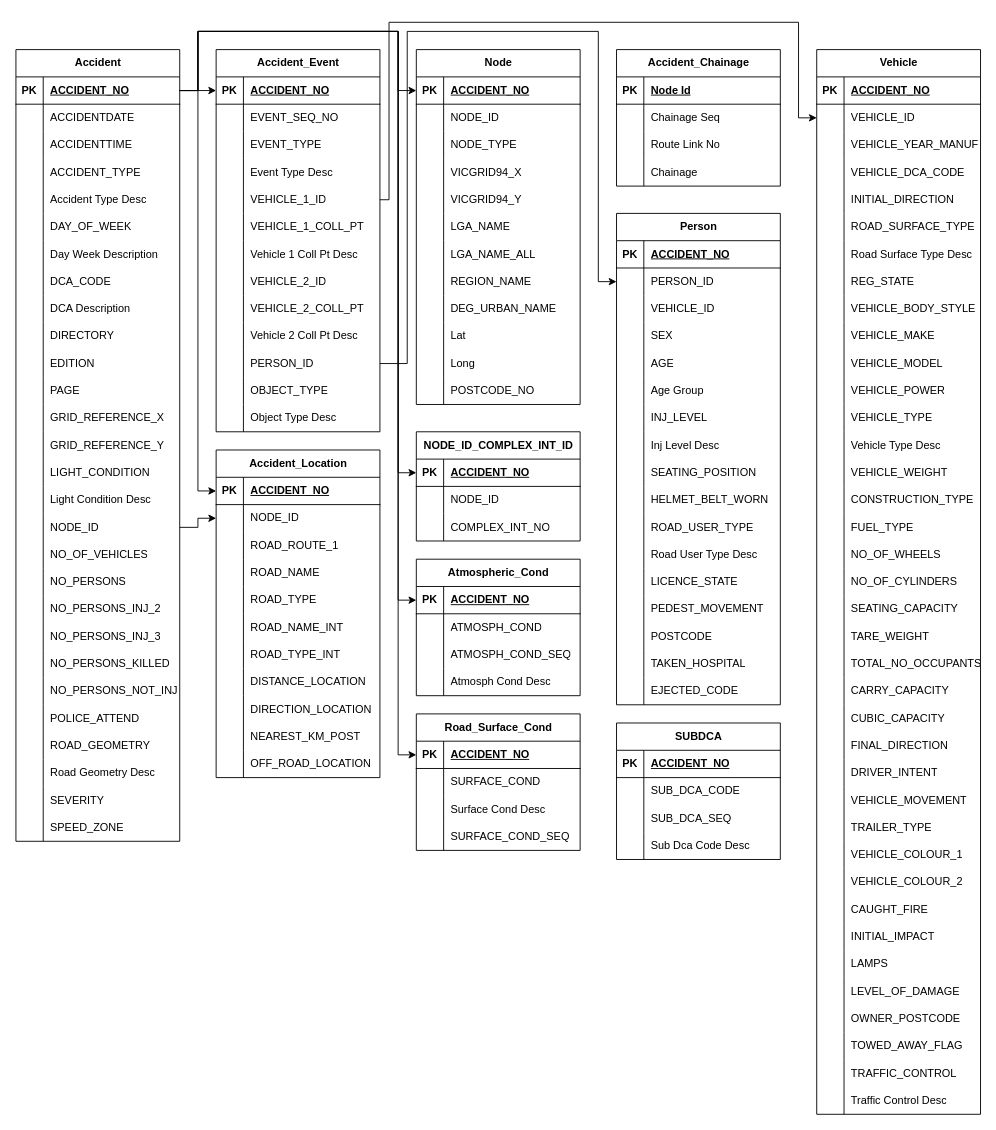
This is Untitled Diagram.drawio from khuongbui11/for_Blunomy, a draw.io file, before an edit. Source tidied: cells renumbered, new cells numbered last; positions are measured from the earlier drawing's top-left corner, leaving out a move shared by most shapes. Both pictures are drawn from the tidied source at 91%, with x=0, y=0 at pixel (15, 22).
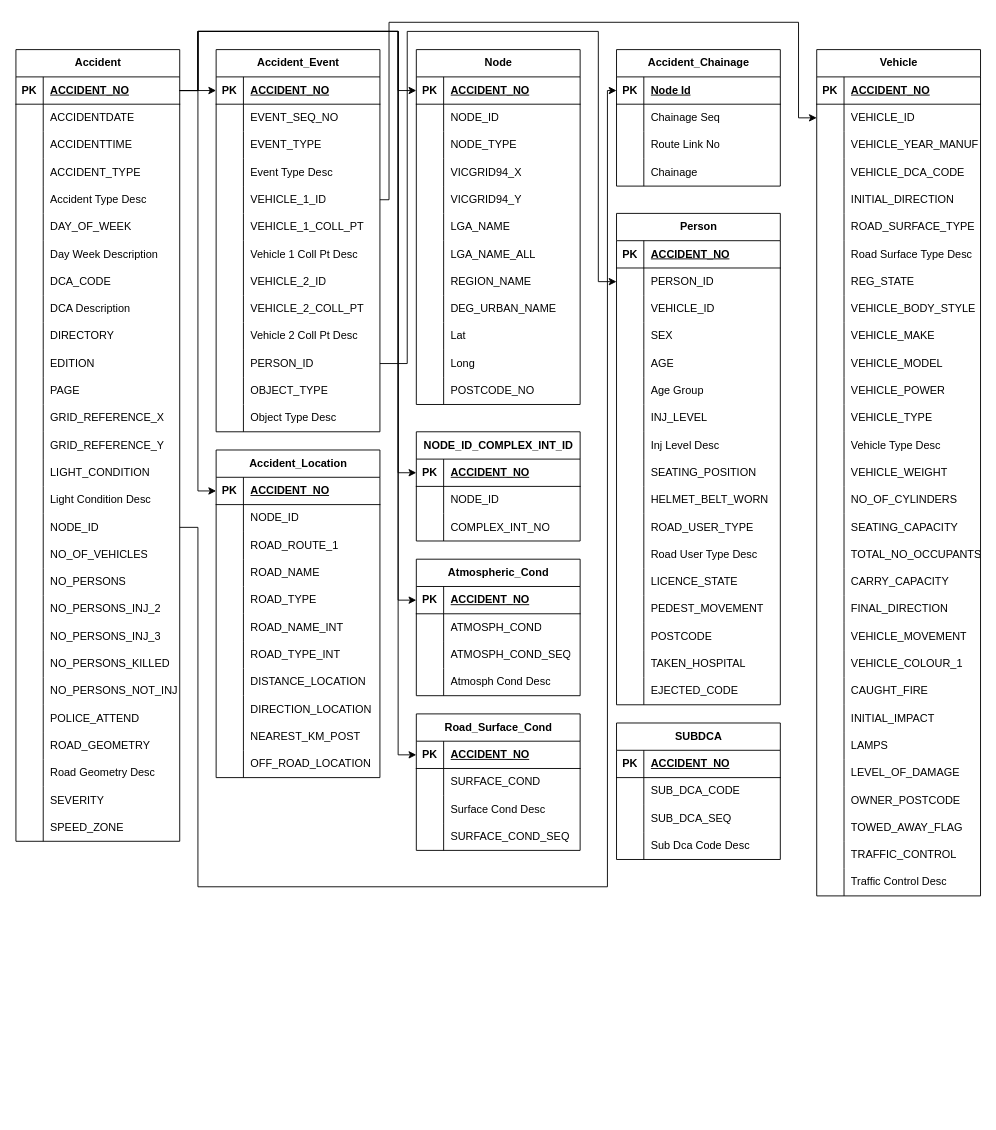
The same page after the edit.

The change refers to these unchanged cells:
```xml
<mxCell id="3" style="shape=tableRow;horizontal=0;startSize=0;swimlaneHead=0;swimlaneBody=0;fillColor=none;points=[[0,0.5],[1,0.5]];portConstraint=eastwest;top=0;left=0;right=0;bottom=1;" parent="2" vertex="1">
  <mxGeometry y="30" width="180" height="30" as="geometry" />
</mxCell>
<mxCell id="59" style="shape=tableRow;horizontal=0;startSize=0;swimlaneHead=0;swimlaneBody=0;fillColor=none;points=[[0,0.5],[1,0.5]];portConstraint=eastwest;top=0;left=0;right=0;bottom=0;" parent="55" vertex="1">
  <mxGeometry y="60" width="180" height="30" as="geometry" />
</mxCell>
<mxCell id="175" style="shape=tableRow;horizontal=0;startSize=0;swimlaneHead=0;swimlaneBody=0;fillColor=none;points=[[0,0.5],[1,0.5]];portConstraint=eastwest;top=0;left=0;right=0;bottom=0;" parent="126" vertex="1">
  <mxGeometry y="510" width="180" height="30" as="geometry" />
</mxCell>
```

Diff of the diagram source:
```diff
@@
     <mxCell id="312" value="Vehicle" style="shape=table;startSize=30;childLayout=tableLayout;rowLines=0;fontStyle=1;align=center;html=1;" parent="1" vertex="1">
-      <mxGeometry x="880" y="30" width="180" height="1170" as="geometry" />
+      <mxGeometry x="880" y="30" width="180" height="930" as="geometry" />
     </mxCell>
@@
-    <mxCell id="358" style="shape=tableRow;horizontal=0;startSize=0;swimlaneHead=0;swimlaneBody=0;fillColor=none;top=0;left=0;right=0;bottom=0;" parent="312" vertex="1">
-      <mxGeometry y="480" width="180" height="30" as="geometry" />
-    </mxCell>
-    <mxCell id="359" style="shape=partialRectangle;fillColor=none;top=0;left=0;bottom=0;right=0;overflow=hidden;whiteSpace=wrap;html=1;" parent="358" vertex="1">
-      <mxGeometry width="30" height="30" as="geometry" />
-    </mxCell>
-    <mxCell id="360" value="CONSTRUCTION_TYPE" style="shape=partialRectangle;fillColor=none;top=0;left=0;bottom=0;right=0;align=left;spacingLeft=6;overflow=hidden;whiteSpace=wrap;html=1;" parent="358" vertex="1">
-      <mxGeometry x="30" width="150" height="30" as="geometry" />
-    </mxCell>
-    <mxCell id="361" style="shape=tableRow;horizontal=0;startSize=0;swimlaneHead=0;swimlaneBody=0;fillColor=none;top=0;left=0;right=0;bottom=0;" parent="312" vertex="1">
-      <mxGeometry y="510" width="180" height="30" as="geometry" />
-    </mxCell>
-    <mxCell id="362" style="shape=partialRectangle;fillColor=none;top=0;left=0;bottom=0;right=0;overflow=hidden;whiteSpace=wrap;html=1;" parent="361" vertex="1">
-      <mxGeometry width="30" height="30" as="geometry" />
-    </mxCell>
-    <mxCell id="363" value="FUEL_TYPE" style="shape=partialRectangle;fillColor=none;top=0;left=0;bottom=0;right=0;align=left;spacingLeft=6;overflow=hidden;whiteSpace=wrap;html=1;" parent="361" vertex="1">
-      <mxGeometry x="30" width="150" height="30" as="geometry" />
-    </mxCell>
-    <mxCell id="364" style="shape=tableRow;horizontal=0;startSize=0;swimlaneHead=0;swimlaneBody=0;fillColor=none;top=0;left=0;right=0;bottom=0;" parent="312" vertex="1">
-      <mxGeometry y="540" width="180" height="30" as="geometry" />
-    </mxCell>
-    <mxCell id="365" style="shape=partialRectangle;fillColor=none;top=0;left=0;bottom=0;right=0;overflow=hidden;whiteSpace=wrap;html=1;" parent="364" vertex="1">
-      <mxGeometry width="30" height="30" as="geometry" />
-    </mxCell>
-    <mxCell id="366" value="NO_OF_WHEELS" style="shape=partialRectangle;fillColor=none;top=0;left=0;bottom=0;right=0;align=left;spacingLeft=6;overflow=hidden;whiteSpace=wrap;html=1;" parent="364" vertex="1">
-      <mxGeometry x="30" width="150" height="30" as="geometry" />
-    </mxCell>
     <mxCell id="367" style="shape=tableRow;horizontal=0;startSize=0;swimlaneHead=0;swimlaneBody=0;fillColor=none;top=0;left=0;right=0;bottom=0;" parent="312" vertex="1">
-      <mxGeometry y="570" width="180" height="30" as="geometry" />
+      <mxGeometry y="480" width="180" height="30" as="geometry" />
     </mxCell>
@@
     <mxCell id="370" style="shape=tableRow;horizontal=0;startSize=0;swimlaneHead=0;swimlaneBody=0;fillColor=none;top=0;left=0;right=0;bottom=0;" parent="312" vertex="1">
-      <mxGeometry y="600" width="180" height="30" as="geometry" />
+      <mxGeometry y="510" width="180" height="30" as="geometry" />
     </mxCell>
@@
-    <mxCell id="373" style="shape=tableRow;horizontal=0;startSize=0;swimlaneHead=0;swimlaneBody=0;fillColor=none;top=0;left=0;right=0;bottom=0;" parent="312" vertex="1">
-      <mxGeometry y="630" width="180" height="30" as="geometry" />
-    </mxCell>
-    <mxCell id="374" style="shape=partialRectangle;fillColor=none;top=0;left=0;bottom=0;right=0;overflow=hidden;whiteSpace=wrap;html=1;" parent="373" vertex="1">
-      <mxGeometry width="30" height="30" as="geometry" />
-    </mxCell>
-    <mxCell id="375" value="TARE_WEIGHT" style="shape=partialRectangle;fillColor=none;top=0;left=0;bottom=0;right=0;align=left;spacingLeft=6;overflow=hidden;whiteSpace=wrap;html=1;" parent="373" vertex="1">
-      <mxGeometry x="30" width="150" height="30" as="geometry" />
-    </mxCell>
     <mxCell id="376" style="shape=tableRow;horizontal=0;startSize=0;swimlaneHead=0;swimlaneBody=0;fillColor=none;top=0;left=0;right=0;bottom=0;" parent="312" vertex="1">
-      <mxGeometry y="660" width="180" height="30" as="geometry" />
+      <mxGeometry y="540" width="180" height="30" as="geometry" />
     </mxCell>
@@
     <mxCell id="379" style="shape=tableRow;horizontal=0;startSize=0;swimlaneHead=0;swimlaneBody=0;fillColor=none;top=0;left=0;right=0;bottom=0;" parent="312" vertex="1">
-      <mxGeometry y="690" width="180" height="30" as="geometry" />
+      <mxGeometry y="570" width="180" height="30" as="geometry" />
     </mxCell>
@@
-    <mxCell id="382" style="shape=tableRow;horizontal=0;startSize=0;swimlaneHead=0;swimlaneBody=0;fillColor=none;top=0;left=0;right=0;bottom=0;" parent="312" vertex="1">
-      <mxGeometry y="720" width="180" height="30" as="geometry" />
-    </mxCell>
-    <mxCell id="383" style="shape=partialRectangle;fillColor=none;top=0;left=0;bottom=0;right=0;overflow=hidden;whiteSpace=wrap;html=1;" parent="382" vertex="1">
-      <mxGeometry width="30" height="30" as="geometry" />
-    </mxCell>
-    <mxCell id="384" value="CUBIC_CAPACITY" style="shape=partialRectangle;fillColor=none;top=0;left=0;bottom=0;right=0;align=left;spacingLeft=6;overflow=hidden;whiteSpace=wrap;html=1;" parent="382" vertex="1">
-      <mxGeometry x="30" width="150" height="30" as="geometry" />
-    </mxCell>
     <mxCell id="385" style="shape=tableRow;horizontal=0;startSize=0;swimlaneHead=0;swimlaneBody=0;fillColor=none;top=0;left=0;right=0;bottom=0;" parent="312" vertex="1">
-      <mxGeometry y="750" width="180" height="30" as="geometry" />
+      <mxGeometry y="600" width="180" height="30" as="geometry" />
     </mxCell>
@@
-    <mxCell id="388" style="shape=tableRow;horizontal=0;startSize=0;swimlaneHead=0;swimlaneBody=0;fillColor=none;top=0;left=0;right=0;bottom=0;" parent="312" vertex="1">
-      <mxGeometry y="780" width="180" height="30" as="geometry" />
-    </mxCell>
-    <mxCell id="389" style="shape=partialRectangle;fillColor=none;top=0;left=0;bottom=0;right=0;overflow=hidden;whiteSpace=wrap;html=1;" parent="388" vertex="1">
-      <mxGeometry width="30" height="30" as="geometry" />
-    </mxCell>
-    <mxCell id="390" value="DRIVER_INTENT" style="shape=partialRectangle;fillColor=none;top=0;left=0;bottom=0;right=0;align=left;spacingLeft=6;overflow=hidden;whiteSpace=wrap;html=1;" parent="388" vertex="1">
-      <mxGeometry x="30" width="150" height="30" as="geometry" />
-    </mxCell>
     <mxCell id="391" style="shape=tableRow;horizontal=0;startSize=0;swimlaneHead=0;swimlaneBody=0;fillColor=none;top=0;left=0;right=0;bottom=0;" parent="312" vertex="1">
-      <mxGeometry y="810" width="180" height="30" as="geometry" />
+      <mxGeometry y="630" width="180" height="30" as="geometry" />
     </mxCell>
@@
-    <mxCell id="394" style="shape=tableRow;horizontal=0;startSize=0;swimlaneHead=0;swimlaneBody=0;fillColor=none;top=0;left=0;right=0;bottom=0;" parent="312" vertex="1">
-      <mxGeometry y="840" width="180" height="30" as="geometry" />
-    </mxCell>
-    <mxCell id="395" style="shape=partialRectangle;fillColor=none;top=0;left=0;bottom=0;right=0;overflow=hidden;whiteSpace=wrap;html=1;" parent="394" vertex="1">
-      <mxGeometry width="30" height="30" as="geometry" />
-    </mxCell>
-    <mxCell id="396" value="TRAILER_TYPE" style="shape=partialRectangle;fillColor=none;top=0;left=0;bottom=0;right=0;align=left;spacingLeft=6;overflow=hidden;whiteSpace=wrap;html=1;" parent="394" vertex="1">
-      <mxGeometry x="30" width="150" height="30" as="geometry" />
-    </mxCell>
     <mxCell id="397" style="shape=tableRow;horizontal=0;startSize=0;swimlaneHead=0;swimlaneBody=0;fillColor=none;top=0;left=0;right=0;bottom=0;" parent="312" vertex="1">
-      <mxGeometry y="870" width="180" height="30" as="geometry" />
+      <mxGeometry y="660" width="180" height="30" as="geometry" />
     </mxCell>
@@
-    <mxCell id="400" style="shape=tableRow;horizontal=0;startSize=0;swimlaneHead=0;swimlaneBody=0;fillColor=none;top=0;left=0;right=0;bottom=0;" parent="312" vertex="1">
-      <mxGeometry y="900" width="180" height="30" as="geometry" />
-    </mxCell>
-    <mxCell id="401" style="shape=partialRectangle;fillColor=none;top=0;left=0;bottom=0;right=0;overflow=hidden;whiteSpace=wrap;html=1;" parent="400" vertex="1">
-      <mxGeometry width="30" height="30" as="geometry" />
-    </mxCell>
-    <mxCell id="402" value="VEHICLE_COLOUR_2" style="shape=partialRectangle;fillColor=none;top=0;left=0;bottom=0;right=0;align=left;spacingLeft=6;overflow=hidden;whiteSpace=wrap;html=1;" parent="400" vertex="1">
-      <mxGeometry x="30" width="150" height="30" as="geometry" />
-    </mxCell>
     <mxCell id="403" style="shape=tableRow;horizontal=0;startSize=0;swimlaneHead=0;swimlaneBody=0;fillColor=none;top=0;left=0;right=0;bottom=0;" parent="312" vertex="1">
-      <mxGeometry y="930" width="180" height="30" as="geometry" />
+      <mxGeometry y="690" width="180" height="30" as="geometry" />
     </mxCell>
@@
     <mxCell id="406" style="shape=tableRow;horizontal=0;startSize=0;swimlaneHead=0;swimlaneBody=0;fillColor=none;top=0;left=0;right=0;bottom=0;" parent="312" vertex="1">
-      <mxGeometry y="960" width="180" height="30" as="geometry" />
+      <mxGeometry y="720" width="180" height="30" as="geometry" />
     </mxCell>
@@
     <mxCell id="409" style="shape=tableRow;horizontal=0;startSize=0;swimlaneHead=0;swimlaneBody=0;fillColor=none;top=0;left=0;right=0;bottom=0;" parent="312" vertex="1">
-      <mxGeometry y="990" width="180" height="30" as="geometry" />
+      <mxGeometry y="750" width="180" height="30" as="geometry" />
     </mxCell>
@@
     <mxCell id="412" style="shape=tableRow;horizontal=0;startSize=0;swimlaneHead=0;swimlaneBody=0;fillColor=none;top=0;left=0;right=0;bottom=0;" parent="312" vertex="1">
-      <mxGeometry y="1020" width="180" height="30" as="geometry" />
+      <mxGeometry y="780" width="180" height="30" as="geometry" />
     </mxCell>
@@
     <mxCell id="415" style="shape=tableRow;horizontal=0;startSize=0;swimlaneHead=0;swimlaneBody=0;fillColor=none;top=0;left=0;right=0;bottom=0;" parent="312" vertex="1">
-      <mxGeometry y="1050" width="180" height="30" as="geometry" />
+      <mxGeometry y="810" width="180" height="30" as="geometry" />
     </mxCell>
@@
     <mxCell id="418" style="shape=tableRow;horizontal=0;startSize=0;swimlaneHead=0;swimlaneBody=0;fillColor=none;top=0;left=0;right=0;bottom=0;" parent="312" vertex="1">
-      <mxGeometry y="1080" width="180" height="30" as="geometry" />
+      <mxGeometry y="840" width="180" height="30" as="geometry" />
     </mxCell>
@@
     <mxCell id="421" style="shape=tableRow;horizontal=0;startSize=0;swimlaneHead=0;swimlaneBody=0;fillColor=none;top=0;left=0;right=0;bottom=0;" parent="312" vertex="1">
-      <mxGeometry y="1110" width="180" height="30" as="geometry" />
+      <mxGeometry y="870" width="180" height="30" as="geometry" />
     </mxCell>
@@
     <mxCell id="424" style="shape=tableRow;horizontal=0;startSize=0;swimlaneHead=0;swimlaneBody=0;fillColor=none;top=0;left=0;right=0;bottom=0;" parent="312" vertex="1">
-      <mxGeometry y="1140" width="180" height="30" as="geometry" />
+      <mxGeometry y="900" width="180" height="30" as="geometry" />
     </mxCell>
@@
-    <mxCell id="433" style="edgeStyle=orthogonalEdgeStyle;rounded=0;jettySize=auto;html=1;exitX=1;exitY=0.5;exitDx=0;exitDy=0;entryX=0;entryY=0.5;entryDx=0;entryDy=0;" parent="1" edge="1" source="175" target="59">
-      <mxGeometry relative="1" as="geometry" />
+    <mxCell id="433" style="edgeStyle=orthogonalEdgeStyle;rounded=0;jettySize=auto;html=1;exitX=1;exitY=0.5;exitDx=0;exitDy=0;entryX=0;entryY=0.5;entryDx=0;entryDy=0;" parent="1" edge="1" source="175" target="3">
+      <mxGeometry relative="1" as="geometry">
+        <Array as="points">
+          <mxPoint x="200" y="555" />
+          <mxPoint x="200" y="950" />
+          <mxPoint x="650" y="950" />
+          <mxPoint x="650" y="75" />
+        </Array>
+      </mxGeometry>
     </mxCell>
```
